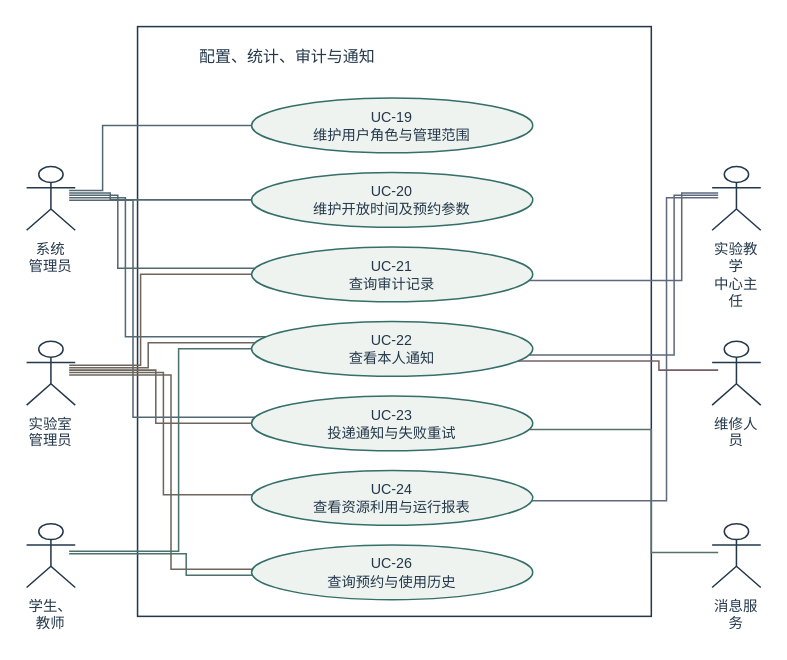
yvming67-gif/campus-lab-equipment-manager keeps this draw.io diagram as models/图形源文件/图4-5-统计支撑用例分图.drawio. Above is the earlier version. Source tidied: cells renumbered, new cells numbered last; positions are measured from the earlier drawing's top-left corner, leaving out a move shared by most shapes. Both pictures are drawn from the tidied source at 152%, with x=0, y=0 at pixel (26, 26).
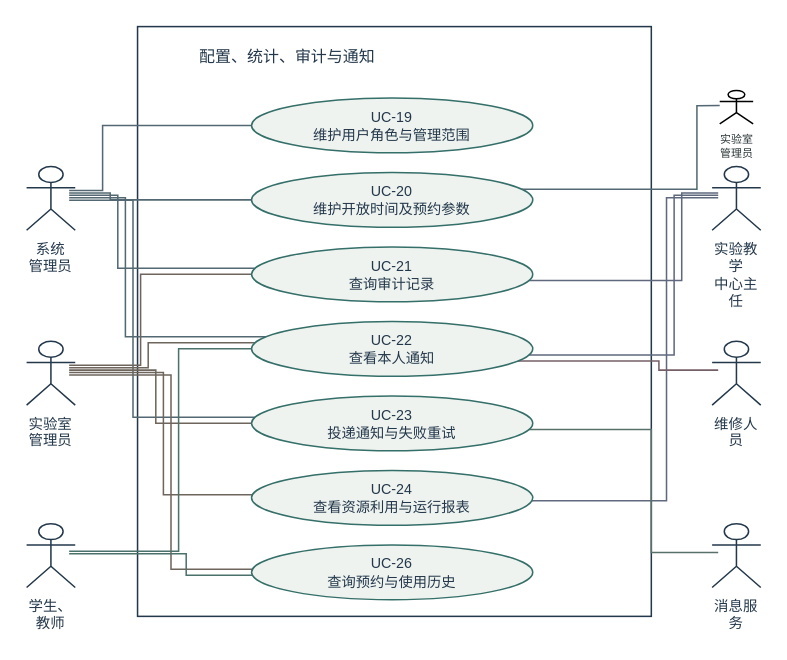
The same page after the edit.

Unchanged cells that the change refers to:
```xml
<mxCell id="22" value="UC-20&lt;br&gt;维护开放时间及预约参数" style="ellipse;strokeColor=#356f69;fillColor=#eef3ef;whiteSpace=wrap;html=1;fontFamily=Microsoft YaHei;fontSize=9.4;fontColor=#24384b;" parent="1" vertex="1">
  <mxGeometry x="148" y="96" width="185" height="36" as="geometry" />
</mxCell>
```

Diff of the diagram source:
```diff
@@
+    <mxCell id="34" value="实验室&lt;br&gt;管理员" style="shape=umlActor;verticalLabelPosition=bottom;verticalAlign=top;html=1;outlineConnect=0;fontFamily=Microsoft YaHei;fontSize=7.2;fontColor=#2a3436;" parent="1" vertex="1">
+      <mxGeometry x="456" y="42" width="22" height="22" as="geometry" />
+    </mxCell>
+    <mxCell id="35" style="edgeStyle=none;rounded=0;startArrow=none;endArrow=none;dashed=0;strokeColor=#536872;exitX=0;exitY=0.45;exitPerimeter=0;entryX=0.961;entryY=0.306;entryPerimeter=0;" parent="1" edge="1" source="34" target="22">
+      <mxGeometry relative="1" as="geometry">
+        <Array as="points">
+          <mxPoint x="441" y="52" />
+          <mxPoint x="441" y="107" />
+        </Array>
+      </mxGeometry>
+    </mxCell>
```
